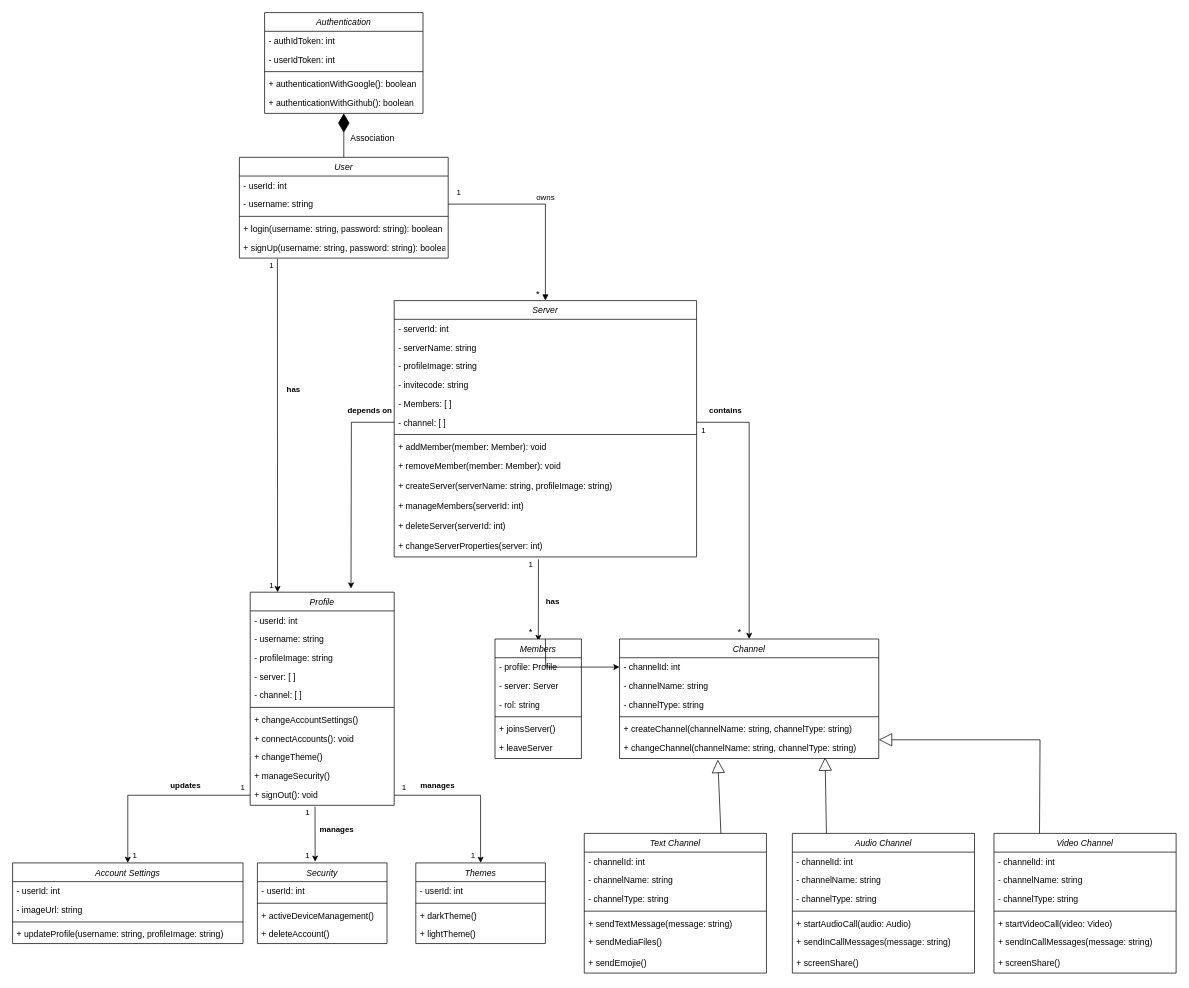
Harshul1484/BMP- keeps this draw.io diagram as Class Diagram.drawio. Above is the earlier version. Source tidied: cells renumbered, new cells numbered last; positions are measured from the earlier drawing's top-left corner, leaving out a move shared by most shapes. Both pictures are drawn from the tidied source at 72%, with x=0, y=0 at pixel (12, 12).
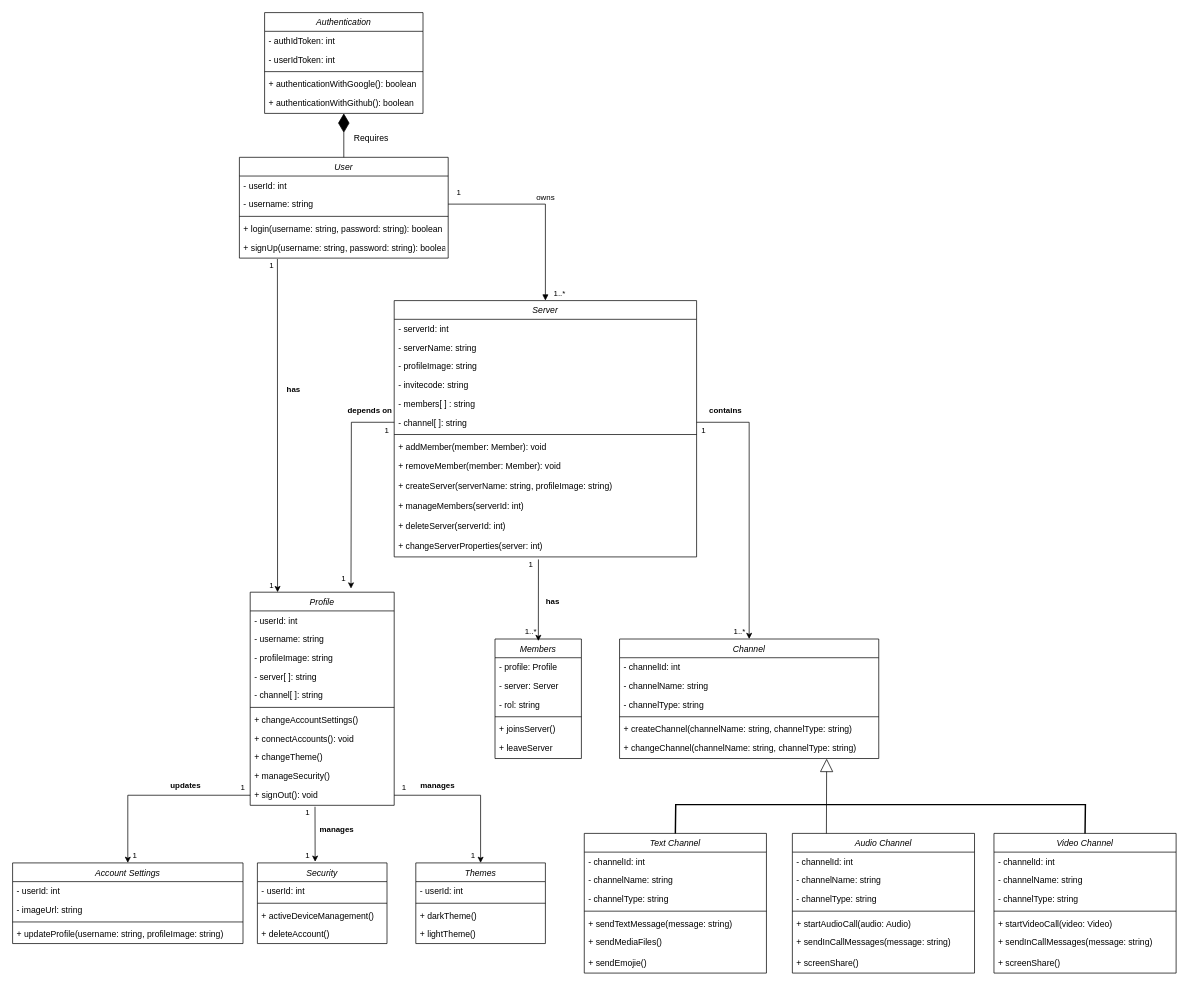
After the change.

Unchanged cells that the change refers to:
```xml
<mxCell id="36" value="- channelId: int" style="text;align=left;verticalAlign=top;spacingLeft=4;spacingRight=4;overflow=hidden;points=[[0,0.5],[1,0.5]];portConstraint=eastwest;" parent="35" vertex="1">
  <mxGeometry y="26" width="360" height="26" as="geometry" />
</mxCell>
<mxCell id="41" value="+ changeChannel(channelName: string, channelType: string)" style="text;align=left;verticalAlign=top;spacingLeft=4;spacingRight=4;overflow=hidden;points=[[0,0.5],[1,0.5]];portConstraint=eastwest;" parent="35" vertex="1">
  <mxGeometry y="138" width="360" height="28" as="geometry" />
</mxCell>
```

What changed in the source:
```diff
@@
-    <mxCell id="2" value="Authentication" style="swimlane;fontStyle=2;align=center;verticalAlign=top;horizontal=1;startSize=26;rounded=0;shadow=0;strokeWidth=1;" parent="1" vertex="1">
+    <mxCell id="2" value="Authentication" style="swimlane;fontStyle=2;align=center;verticalAlign=top;horizontal=1;startSize=26;rounded=0;shadow=0;strokeWidth=1;strokeColor=default;fillColor=none;" parent="1" vertex="1">
       <mxGeometry x="350" width="220" height="140" as="geometry" />
     </mxCell>
@@
-    <mxCell id="8" value="User" style="swimlane;fontStyle=2;align=center;verticalAlign=top;horizontal=1;startSize=26;rounded=0;shadow=0;strokeWidth=1;" parent="1" vertex="1">
+    <mxCell id="8" value="User" style="swimlane;fontStyle=2;align=center;verticalAlign=top;horizontal=1;startSize=26;rounded=0;shadow=0;strokeWidth=1;fillColor=none;" parent="1" vertex="1">
       <mxGeometry x="315" y="201" width="290" height="140" as="geometry" />
     </mxCell>
@@
-    <mxCell id="15" value="Association" style="text;html=1;align=center;verticalAlign=middle;whiteSpace=wrap;rounded=0;" parent="1" vertex="1">
+    <mxCell id="15" value="Requires&amp;nbsp;" style="text;html=1;align=center;verticalAlign=middle;whiteSpace=wrap;rounded=0;" parent="1" vertex="1">
       <mxGeometry x="470" y="160" width="60" height="30" as="geometry" />
     </mxCell>
-    <mxCell id="16" value="Server" style="swimlane;fontStyle=2;align=center;verticalAlign=top;horizontal=1;startSize=26;rounded=0;shadow=0;strokeWidth=1;" parent="1" vertex="1">
+    <mxCell id="16" value="Server" style="swimlane;fontStyle=2;align=center;verticalAlign=top;horizontal=1;startSize=26;rounded=0;shadow=0;strokeWidth=1;fillColor=none;" parent="1" vertex="1">
       <mxGeometry x="530" y="400" width="420" height="356" as="geometry" />
     </mxCell>
@@
-    <mxCell id="21" value="- Members: [ ]" style="text;align=left;verticalAlign=top;spacingLeft=4;spacingRight=4;overflow=hidden;" parent="16" vertex="1">
+    <mxCell id="21" value="- members[ ] : string" style="text;align=left;verticalAlign=top;spacingLeft=4;spacingRight=4;overflow=hidden;" parent="16" vertex="1">
       <mxGeometry y="130" width="420" height="26" as="geometry" />
     </mxCell>
@@
-    <mxCell id="23" value="- channel: [ ]" style="text;align=left;verticalAlign=top;spacingLeft=4;spacingRight=4;overflow=hidden;points=[[0,0.5],[1,0.5]];portConstraint=eastwest;" parent="16" vertex="1">
+    <mxCell id="23" value="- channel[ ]: string" style="text;align=left;verticalAlign=top;spacingLeft=4;spacingRight=4;overflow=hidden;points=[[0,0.5],[1,0.5]];portConstraint=eastwest;" parent="16" vertex="1">
       <mxGeometry y="156" width="420" height="26" as="geometry" />
     </mxCell>
@@
-    <mxCell id="34" value="&lt;font style=&quot;font-size: 13px;&quot;&gt;*&lt;/font&gt;" style="text;html=1;align=center;verticalAlign=middle;whiteSpace=wrap;rounded=0;" parent="1" vertex="1">
-      <mxGeometry x="720" y="380" width="20" height="20" as="geometry" />
+    <mxCell id="34" value="&lt;font style=&quot;font-size: 11px;&quot;&gt;1..*&lt;/font&gt;" style="text;html=1;align=center;verticalAlign=middle;whiteSpace=wrap;rounded=0;" parent="1" vertex="1">
+      <mxGeometry x="750" y="380" width="20" height="20" as="geometry" />
     </mxCell>
-    <mxCell id="35" value="Channel" style="swimlane;fontStyle=2;align=center;verticalAlign=top;horizontal=1;startSize=26;rounded=0;shadow=0;strokeWidth=1;" parent="1" vertex="1">
+    <mxCell id="35" value="Channel" style="swimlane;fontStyle=2;align=center;verticalAlign=top;horizontal=1;startSize=26;rounded=0;shadow=0;strokeWidth=1;fillColor=none;" parent="1" vertex="1">
       <mxGeometry x="843" y="870" width="360" height="166" as="geometry" />
     </mxCell>
@@
-    <mxCell id="42" value="Profile" style="swimlane;fontStyle=2;align=center;verticalAlign=top;horizontal=1;startSize=26;rounded=0;shadow=0;strokeWidth=1;" parent="1" vertex="1">
+    <mxCell id="42" value="Profile" style="swimlane;fontStyle=2;align=center;verticalAlign=top;horizontal=1;startSize=26;rounded=0;shadow=0;strokeWidth=1;fillColor=none;" parent="1" vertex="1">
       <mxGeometry x="330" y="805" width="200" height="296" as="geometry" />
     </mxCell>
@@
-    <mxCell id="46" value="- server: [ ]" style="text;align=left;verticalAlign=top;spacingLeft=4;spacingRight=4;overflow=hidden;rounded=0;shadow=0;html=0;" parent="42" vertex="1">
+    <mxCell id="46" value="- server[ ]: string" style="text;align=left;verticalAlign=top;spacingLeft=4;spacingRight=4;overflow=hidden;rounded=0;shadow=0;html=0;" parent="42" vertex="1">
       <mxGeometry y="104" width="200" height="26" as="geometry" />
     </mxCell>
-    <mxCell id="47" value="- channel: [ ]" style="text;align=left;verticalAlign=top;spacingLeft=4;spacingRight=4;overflow=hidden;points=[[0,0.5],[1,0.5]];portConstraint=eastwest;rounded=0;shadow=0;html=0;" parent="42" vertex="1">
+    <mxCell id="47" value="- channel[ ]: string" style="text;align=left;verticalAlign=top;spacingLeft=4;spacingRight=4;overflow=hidden;points=[[0,0.5],[1,0.5]];portConstraint=eastwest;rounded=0;shadow=0;html=0;" parent="42" vertex="1">
       <mxGeometry y="130" width="200" height="26" as="geometry" />
     </mxCell>
@@
-    <mxCell id="56" value="Members" style="swimlane;fontStyle=2;align=center;verticalAlign=top;horizontal=1;startSize=26;rounded=0;shadow=0;strokeWidth=1;" parent="1" vertex="1">
+    <mxCell id="56" value="Members" style="swimlane;fontStyle=2;align=center;verticalAlign=top;horizontal=1;startSize=26;rounded=0;shadow=0;strokeWidth=1;fillColor=none;" parent="1" vertex="1">
       <mxGeometry x="670" y="870" width="120" height="166" as="geometry" />
     </mxCell>
@@
-    <mxCell id="63" value="Account Settings" style="swimlane;fontStyle=2;align=center;verticalAlign=top;horizontal=1;startSize=26;rounded=0;shadow=0;strokeWidth=1;" parent="1" vertex="1">
+    <mxCell id="63" value="Account Settings" style="swimlane;fontStyle=2;align=center;verticalAlign=top;horizontal=1;startSize=26;rounded=0;shadow=0;strokeWidth=1;fillColor=none;" parent="1" vertex="1">
       <mxGeometry y="1181" width="320" height="112" as="geometry" />
     </mxCell>
@@
-    <mxCell id="68" value="Security" style="swimlane;fontStyle=2;align=center;verticalAlign=top;horizontal=1;startSize=26;rounded=0;shadow=0;strokeWidth=1;" parent="1" vertex="1">
+    <mxCell id="68" value="Security" style="swimlane;fontStyle=2;align=center;verticalAlign=top;horizontal=1;startSize=26;rounded=0;shadow=0;strokeWidth=1;fillColor=none;" parent="1" vertex="1">
       <mxGeometry x="340" y="1181" width="180" height="112" as="geometry" />
     </mxCell>
@@
-    <mxCell id="73" value="Themes" style="swimlane;fontStyle=2;align=center;verticalAlign=top;horizontal=1;startSize=26;rounded=0;shadow=0;strokeWidth=1;" parent="1" vertex="1">
+    <mxCell id="73" value="Themes" style="swimlane;fontStyle=2;align=center;verticalAlign=top;horizontal=1;startSize=26;rounded=0;shadow=0;strokeWidth=1;fillColor=none;" parent="1" vertex="1">
       <mxGeometry x="560" y="1181" width="180" height="112" as="geometry" />
     </mxCell>
@@
-    <mxCell id="78" value="Text Channel" style="swimlane;fontStyle=2;align=center;verticalAlign=top;horizontal=1;startSize=26;rounded=0;shadow=0;strokeWidth=1;" parent="1" vertex="1">
+    <mxCell id="78" value="Text Channel" style="swimlane;fontStyle=2;align=center;verticalAlign=top;horizontal=1;startSize=26;rounded=0;shadow=0;strokeWidth=1;fillColor=none;" parent="1" vertex="1">
       <mxGeometry x="794" y="1140" width="253" height="194" as="geometry" />
     </mxCell>
@@
-    <mxCell id="86" value="Audio Channel" style="swimlane;fontStyle=2;align=center;verticalAlign=top;horizontal=1;startSize=26;rounded=0;shadow=0;strokeWidth=1;" parent="1" vertex="1">
+    <mxCell id="86" value="Audio Channel" style="swimlane;fontStyle=2;align=center;verticalAlign=top;horizontal=1;startSize=26;rounded=0;shadow=0;strokeWidth=1;fillColor=none;" parent="1" vertex="1">
       <mxGeometry x="1083" y="1140" width="253" height="194" as="geometry" />
     </mxCell>
@@
-    <mxCell id="94" value="Video Channel" style="swimlane;fontStyle=2;align=center;verticalAlign=top;horizontal=1;startSize=26;rounded=0;shadow=0;strokeWidth=1;" parent="1" vertex="1">
+    <mxCell id="94" value="Video Channel" style="swimlane;fontStyle=2;align=center;verticalAlign=top;horizontal=1;startSize=26;rounded=0;shadow=0;strokeWidth=1;fillColor=none;" parent="1" vertex="1">
       <mxGeometry x="1363" y="1140" width="253" height="194" as="geometry" />
     </mxCell>
@@
-    <mxCell id="106" style="endArrow=block;endSize=16;endFill=0;html=1;rounded=0;exitX=0.75;exitY=0;exitDx=0;exitDy=0;entryX=0.379;entryY=1.057;entryDx=0;entryDy=0;entryPerimeter=0;" parent="1" edge="1" source="78" target="41">
-      <mxGeometry relative="1" as="geometry" />
-    </mxCell>
-    <mxCell id="107" style="endArrow=block;endSize=16;endFill=0;html=1;rounded=0;entryX=0.793;entryY=0.943;entryDx=0;entryDy=0;entryPerimeter=0;exitX=0.25;exitY=0;exitDx=0;exitDy=0;" parent="1" edge="1" target="41">
+    <mxCell id="107" style="endArrow=block;endSize=16;endFill=0;html=1;rounded=0;exitX=0.25;exitY=0;exitDx=0;exitDy=0;entryX=0.799;entryY=1.005;entryDx=0;entryDy=0;entryPerimeter=0;" parent="1" edge="1" target="41">
       <mxGeometry relative="1" as="geometry">
         <mxPoint x="1130.3" y="1140" as="sourcePoint" />
       </mxGeometry>
     </mxCell>
-    <mxCell id="108" style="endArrow=block;endSize=16;endFill=0;html=1;rounded=0;exitX=0.25;exitY=0;exitDx=0;exitDy=0;entryX=1;entryY=0.071;entryDx=0;entryDy=0;entryPerimeter=0;" parent="1" edge="1" source="94" target="41">
-      <mxGeometry relative="1" as="geometry">
-        <Array as="points">
-          <mxPoint x="1427" y="1010" />
-        </Array>
-      </mxGeometry>
-    </mxCell>
@@
-    <mxCell id="115" style="edgeStyle=orthogonalEdgeStyle;rounded=0;jettySize=auto;html=1;" parent="1" edge="1" target="36">
-      <mxGeometry relative="1" as="geometry">
-        <mxPoint x="740" y="870" as="sourcePoint" />
-      </mxGeometry>
-    </mxCell>
-    <mxCell id="116" value="&lt;font style=&quot;font-size: 13px;&quot;&gt;*&lt;/font&gt;" style="text;html=1;align=center;verticalAlign=middle;whiteSpace=wrap;rounded=0;" parent="1" vertex="1">
-      <mxGeometry x="710" y="850" width="20" height="20" as="geometry" />
-    </mxCell>
@@
-    <mxCell id="119" value="&lt;font style=&quot;font-size: 13px;&quot;&gt;*&lt;/font&gt;" style="text;html=1;align=center;verticalAlign=middle;whiteSpace=wrap;rounded=0;" parent="1" vertex="1">
-      <mxGeometry x="1000" y="850" width="20" height="20" as="geometry" />
-    </mxCell>
@@
+    <mxCell id="129" value="&lt;font style=&quot;font-size: 11px;&quot;&gt;1..*&lt;/font&gt;" style="text;html=1;align=center;verticalAlign=middle;whiteSpace=wrap;rounded=0;" parent="1" vertex="1">
+      <mxGeometry x="710" y="850" width="20" height="20" as="geometry" />
+    </mxCell>
+    <mxCell id="130" value="&lt;font style=&quot;font-size: 11px;&quot;&gt;1..*&lt;/font&gt;" style="text;html=1;align=center;verticalAlign=middle;whiteSpace=wrap;rounded=0;" parent="1" vertex="1">
+      <mxGeometry x="1000" y="850" width="20" height="20" as="geometry" />
+    </mxCell>
+    <mxCell id="131" value="&lt;font style=&quot;font-size: 11px;&quot;&gt;1&lt;/font&gt;" style="text;html=1;align=center;verticalAlign=middle;whiteSpace=wrap;rounded=0;" parent="1" vertex="1">
+      <mxGeometry x="450" y="776" width="20" height="20" as="geometry" />
+    </mxCell>
+    <mxCell id="132" value="&lt;font style=&quot;font-size: 11px;&quot;&gt;1&lt;/font&gt;" style="text;html=1;align=center;verticalAlign=middle;whiteSpace=wrap;rounded=0;" parent="1" vertex="1">
+      <mxGeometry x="510" y="570" width="20" height="20" as="geometry" />
+    </mxCell>
+    <mxCell id="133" style="endArrow=none;html=1;rounded=0;exitX=0.5;exitY=0;exitDx=0;exitDy=0;entryX=0.5;entryY=0;entryDx=0;entryDy=0;strokeWidth=2;" parent="1" edge="1" source="78" target="94">
+      <mxGeometry relative="1" as="geometry">
+        <Array as="points">
+          <mxPoint x="921" y="1100" />
+          <mxPoint x="1490" y="1100" />
+        </Array>
+      </mxGeometry>
+    </mxCell>
```
